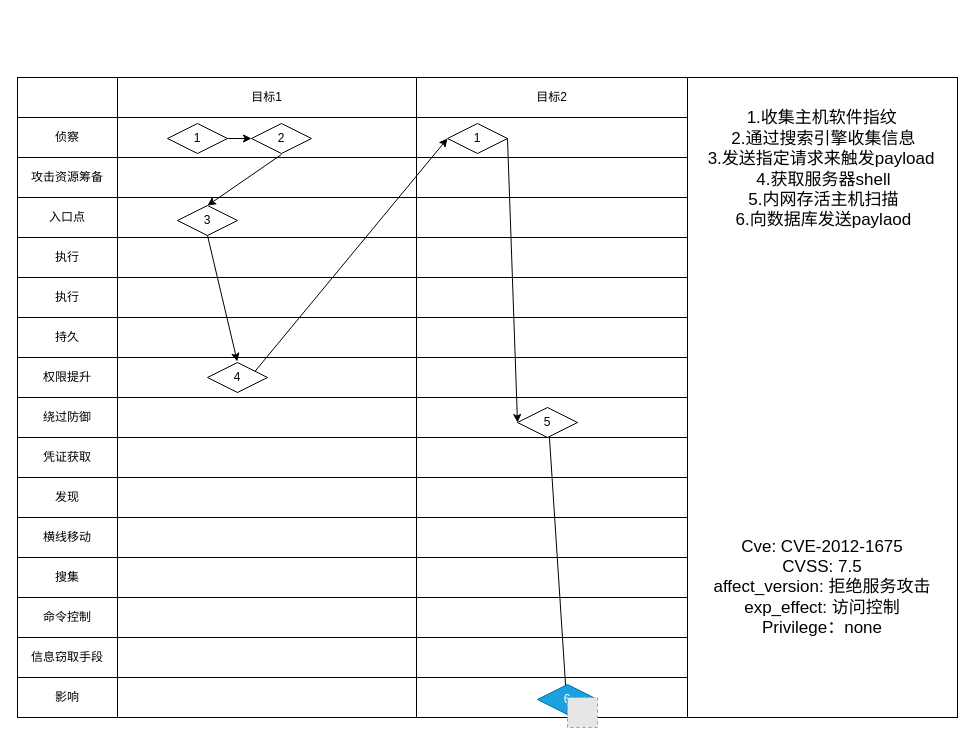
Earlier version of the draw.io diagram 检测路径图.drawio (Niujieheng/GitHub_Jul). Source tidied: cells renumbered, new cells numbered last; positions are measured from the earlier drawing's top-left corner, leaving out a move shared by most shapes. Both pictures are drawn from the tidied source at 100%, with x=0, y=0 at pixel (17, 17). Pictures stored in the file or linked from it are replaced by grey dashed boxes.
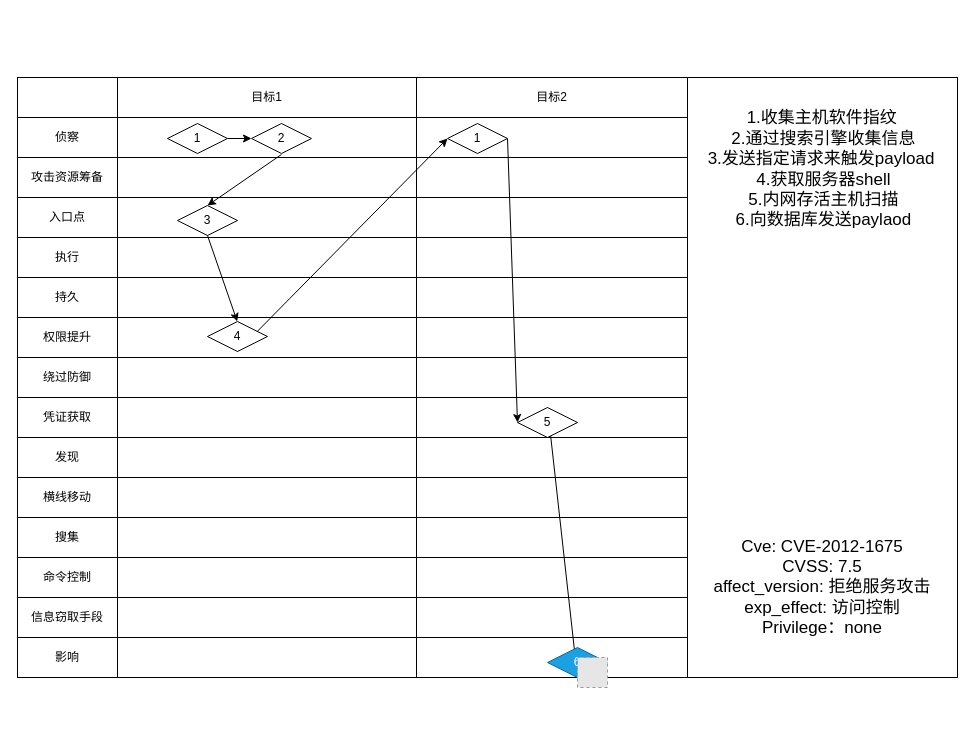
Above is the later version.

Commit message:
更新检测路径图.drawio

What changed in the source:
```diff
@@
     <mxCell id="2" style="rounded=0;whiteSpace=wrap;html=1;fontSize=17;" parent="1" vertex="1">
-      <mxGeometry y="60" width="940" height="640" as="geometry" />
+      <mxGeometry y="60" width="940" height="600" as="geometry" />
     </mxCell>
     <mxCell id="3" style="shape=table;startSize=0;childLayout=tableLayout;" parent="1" vertex="1">
-      <mxGeometry y="60" width="670" height="640" as="geometry" />
+      <mxGeometry y="60" width="670" height="600" as="geometry" />
     </mxCell>
@@
-    <mxCell id="24" style="shape=tableRow;horizontal=0;startSize=0;swimlaneHead=0;swimlaneBody=0;strokeColor=inherit;top=0;left=0;bottom=0;right=0;fillColor=none;" parent="3" vertex="1">
-      <mxGeometry y="200" width="670" height="40" as="geometry" />
-    </mxCell>
-    <mxCell id="25" value="执行" style="shape=partialRectangle;html=1;whiteSpace=wrap;strokeColor=inherit;overflow=hidden;fillColor=none;top=0;left=0;bottom=0;right=0;" parent="24" vertex="1">
-      <mxGeometry width="100" height="40" as="geometry" />
-    </mxCell>
-    <mxCell id="26" style="shape=partialRectangle;html=1;whiteSpace=wrap;strokeColor=inherit;overflow=hidden;fillColor=none;top=0;left=0;bottom=0;right=0;" parent="24" vertex="1">
-      <mxGeometry x="100" width="299" height="40" as="geometry" />
-    </mxCell>
-    <mxCell id="27" style="shape=partialRectangle;html=1;whiteSpace=wrap;strokeColor=inherit;overflow=hidden;fillColor=none;top=0;left=0;bottom=0;right=0;" parent="24" vertex="1">
-      <mxGeometry x="399" width="271" height="40" as="geometry" />
-    </mxCell>
     <mxCell id="28" style="shape=tableRow;horizontal=0;startSize=0;swimlaneHead=0;swimlaneBody=0;strokeColor=inherit;top=0;left=0;bottom=0;right=0;fillColor=none;points=[[0,0.5],[1,0.5]];portConstraint=eastwest;" parent="3" vertex="1">
-      <mxGeometry y="240" width="670" height="40" as="geometry" />
+      <mxGeometry y="200" width="670" height="40" as="geometry" />
     </mxCell>
@@
     <mxCell id="32" style="shape=tableRow;horizontal=0;startSize=0;swimlaneHead=0;swimlaneBody=0;strokeColor=inherit;top=0;left=0;bottom=0;right=0;fillColor=none;" parent="3" vertex="1">
-      <mxGeometry y="280" width="670" height="40" as="geometry" />
+      <mxGeometry y="240" width="670" height="40" as="geometry" />
     </mxCell>
@@
     <mxCell id="36" style="shape=tableRow;horizontal=0;startSize=0;swimlaneHead=0;swimlaneBody=0;strokeColor=inherit;top=0;left=0;bottom=0;right=0;fillColor=none;" parent="3" vertex="1">
-      <mxGeometry y="320" width="670" height="40" as="geometry" />
+      <mxGeometry y="280" width="670" height="40" as="geometry" />
     </mxCell>
@@
     <mxCell id="40" style="shape=tableRow;horizontal=0;startSize=0;swimlaneHead=0;swimlaneBody=0;strokeColor=inherit;top=0;left=0;bottom=0;right=0;fillColor=none;" parent="3" vertex="1">
-      <mxGeometry y="360" width="670" height="40" as="geometry" />
+      <mxGeometry y="320" width="670" height="40" as="geometry" />
     </mxCell>
@@
     <mxCell id="44" style="shape=tableRow;horizontal=0;startSize=0;swimlaneHead=0;swimlaneBody=0;strokeColor=inherit;top=0;left=0;bottom=0;right=0;fillColor=none;" parent="3" vertex="1">
-      <mxGeometry y="400" width="670" height="40" as="geometry" />
+      <mxGeometry y="360" width="670" height="40" as="geometry" />
     </mxCell>
@@
     <mxCell id="48" style="shape=tableRow;horizontal=0;startSize=0;swimlaneHead=0;swimlaneBody=0;strokeColor=inherit;top=0;left=0;bottom=0;right=0;fillColor=none;" parent="3" vertex="1">
-      <mxGeometry y="440" width="670" height="40" as="geometry" />
+      <mxGeometry y="400" width="670" height="40" as="geometry" />
     </mxCell>
@@
     <mxCell id="52" style="shape=tableRow;horizontal=0;startSize=0;swimlaneHead=0;swimlaneBody=0;strokeColor=inherit;top=0;left=0;bottom=0;right=0;fillColor=none;" parent="3" vertex="1">
-      <mxGeometry y="480" width="670" height="40" as="geometry" />
+      <mxGeometry y="440" width="670" height="40" as="geometry" />
     </mxCell>
@@
     <mxCell id="56" style="shape=tableRow;horizontal=0;startSize=0;swimlaneHead=0;swimlaneBody=0;strokeColor=inherit;top=0;left=0;bottom=0;right=0;fillColor=none;" parent="3" vertex="1">
-      <mxGeometry y="520" width="670" height="40" as="geometry" />
+      <mxGeometry y="480" width="670" height="40" as="geometry" />
     </mxCell>
@@
     <mxCell id="60" style="shape=tableRow;horizontal=0;startSize=0;swimlaneHead=0;swimlaneBody=0;strokeColor=inherit;top=0;left=0;bottom=0;right=0;fillColor=none;" parent="3" vertex="1">
-      <mxGeometry y="560" width="670" height="40" as="geometry" />
+      <mxGeometry y="520" width="670" height="40" as="geometry" />
     </mxCell>
@@
     <mxCell id="64" style="shape=tableRow;horizontal=0;startSize=0;swimlaneHead=0;swimlaneBody=0;strokeColor=inherit;top=0;left=0;bottom=0;right=0;fillColor=none;" parent="3" vertex="1">
-      <mxGeometry y="600" width="670" height="40" as="geometry" />
+      <mxGeometry y="560" width="670" height="40" as="geometry" />
     </mxCell>
@@
     <mxCell id="75" value="4" style="rhombus;whiteSpace=wrap;html=1;" parent="1" vertex="1">
-      <mxGeometry x="190" y="345" width="60" height="30" as="geometry" />
+      <mxGeometry x="190" y="304" width="60" height="30" as="geometry" />
     </mxCell>
@@
     <mxCell id="80" value="6" style="rhombus;whiteSpace=wrap;html=1;fillColor=#1ba1e2;strokeColor=#006EAF;fontColor=#ffffff;" parent="1" vertex="1">
-      <mxGeometry x="520" y="667" width="60" height="30" as="geometry" />
+      <mxGeometry x="530" y="630" width="60" height="30" as="geometry" />
     </mxCell>
@@
     <mxCell id="83" style="fillColor=#E6E6E6;strokeColor=#999999;dashed=1;verticalLabelPosition=bottom;labelBackgroundColor=default;verticalAlign=top;" parent="1" vertex="1">
-      <mxGeometry x="550" y="680" width="30" height="30" as="geometry" />
+      <mxGeometry x="560" y="640" width="30" height="30" as="geometry" />
     </mxCell>
```
